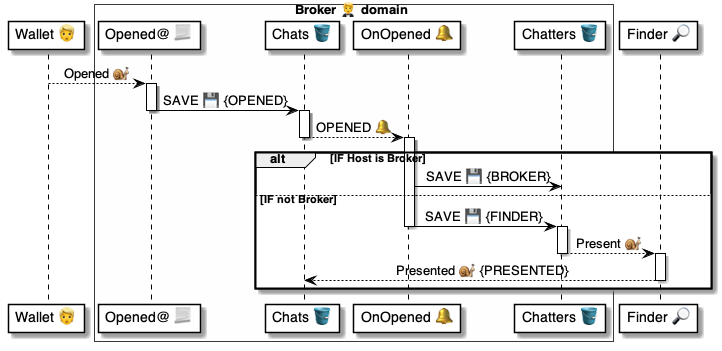
Earlier version of the PlantUML export 4 ⚙️ Solution/20 🧑‍🦰 UI/Brokers 🤵/🤵🪣 Broker tables/Chats 💬 table/🪣🔔 4 Opened/🤵 OnChatOpened ⚙️ uml.png (pollyweb-org/pollyweb-docs). Its source is kept beside it as 4 ⚙️ Solution/20 🧑‍🦰 UI/Brokers 🤵/🤵🪣 Broker tables/Chats 💬 table/🪣🔔 4 Opened/🤵 OnChatOpened ⚙️ uml.puml.
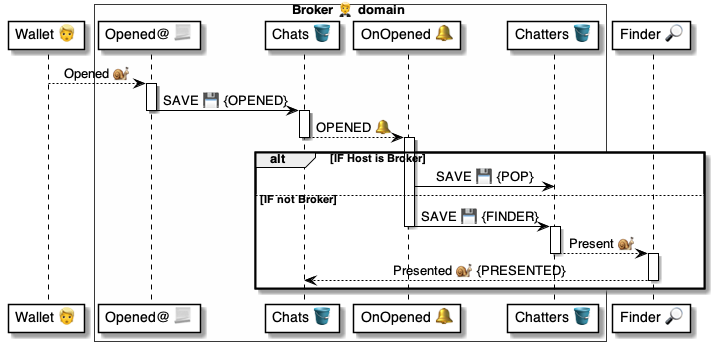
After the change.

What changed in the source:
```diff
@@ -26,7 +26,7 @@
 alt IF Host is Broker
 
     activate handler
-        handler -> chatters: SAVE 💾 {BROKER}
+        handler -> chatters: SAVE 💾 {POP}
 
 else IF not Broker
 
```
